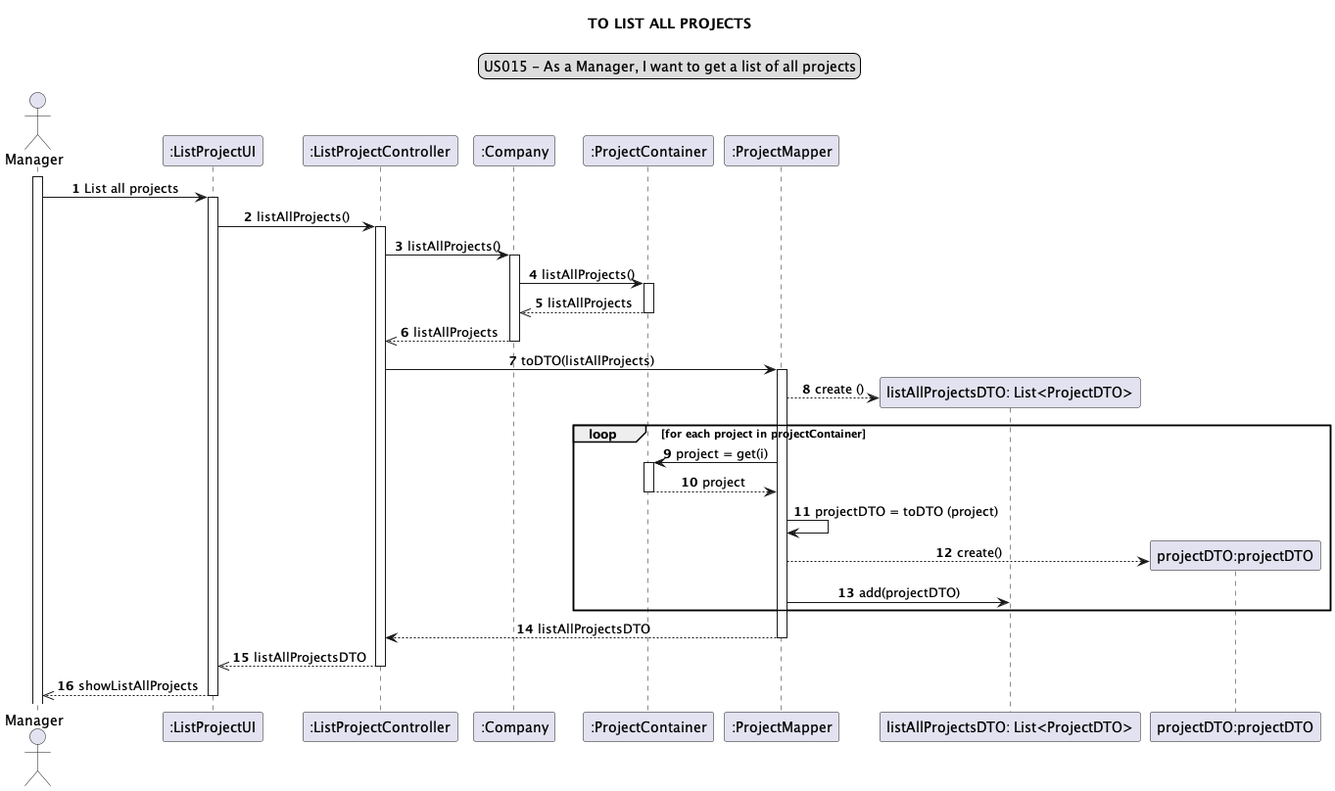
Loracline/project_switch_22-23 keeps this PlantUML diagram as docs/modelling_design/user_stories/us015/US015_sequenceDiagram-TO_LIST_ALL_PROJECTS_V0.png. Above is the earlier version.
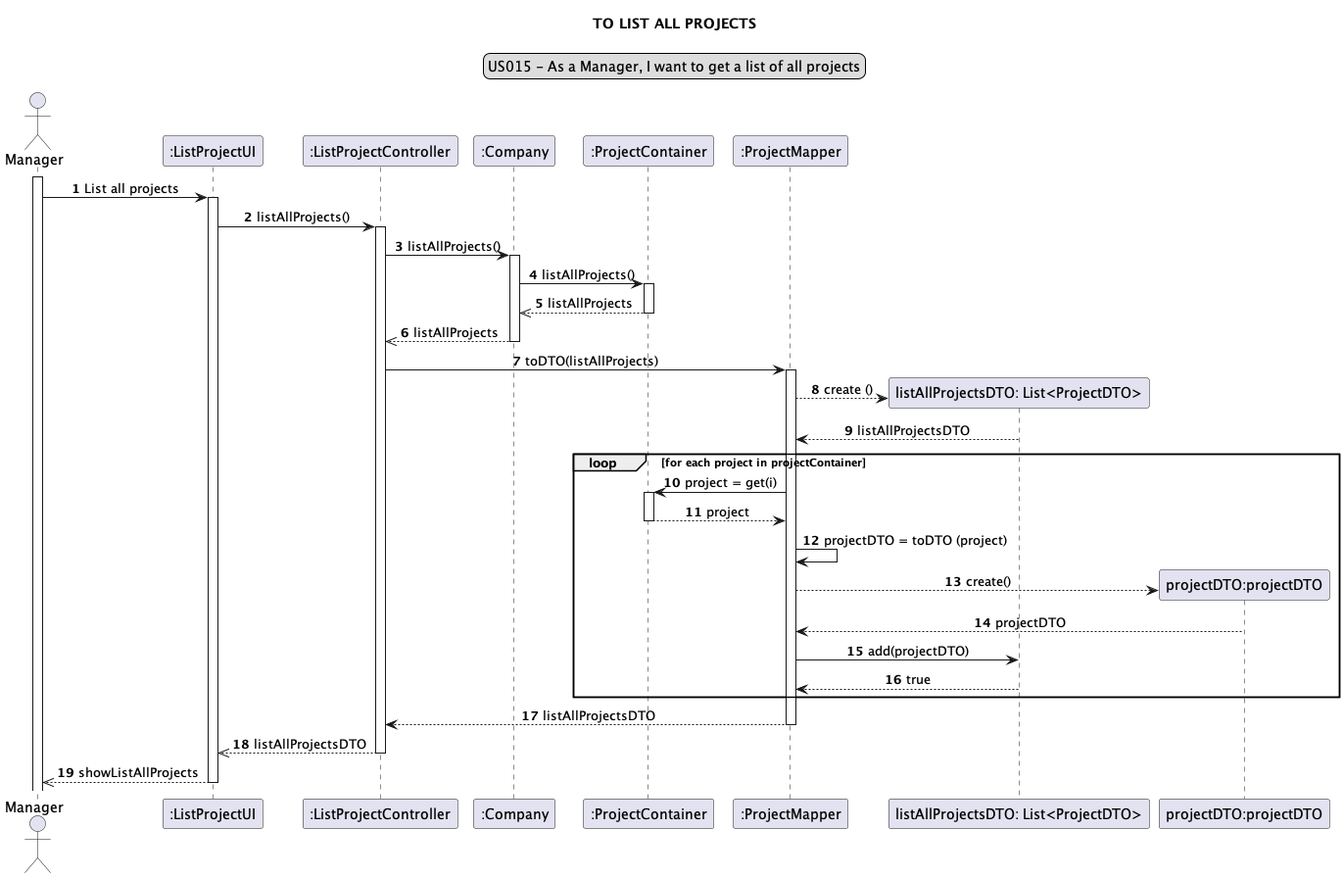
Above is the later version.

Commit message:
US015:Design: refactor of sequence diagram image

What changed in the source:
```diff
@@ -30,6 +30,7 @@
 activate mapper
 create list
 mapper --> list: create ()
+list --> mapper: listAllProjectsDTO
 loop for each project in projectContainer
 mapper -> container: project = get(i)
 activate container
@@ -38,7 +39,9 @@
 mapper -> mapper : projectDTO = toDTO (project)
 create DTO
 mapper --> DTO : create()
+DTO --> mapper : projectDTO
 mapper ->list :add(projectDTO)
+list --> mapper : true
 end loop
 mapper --> controller :listAllProjectsDTO
 deactivate mapper
```
